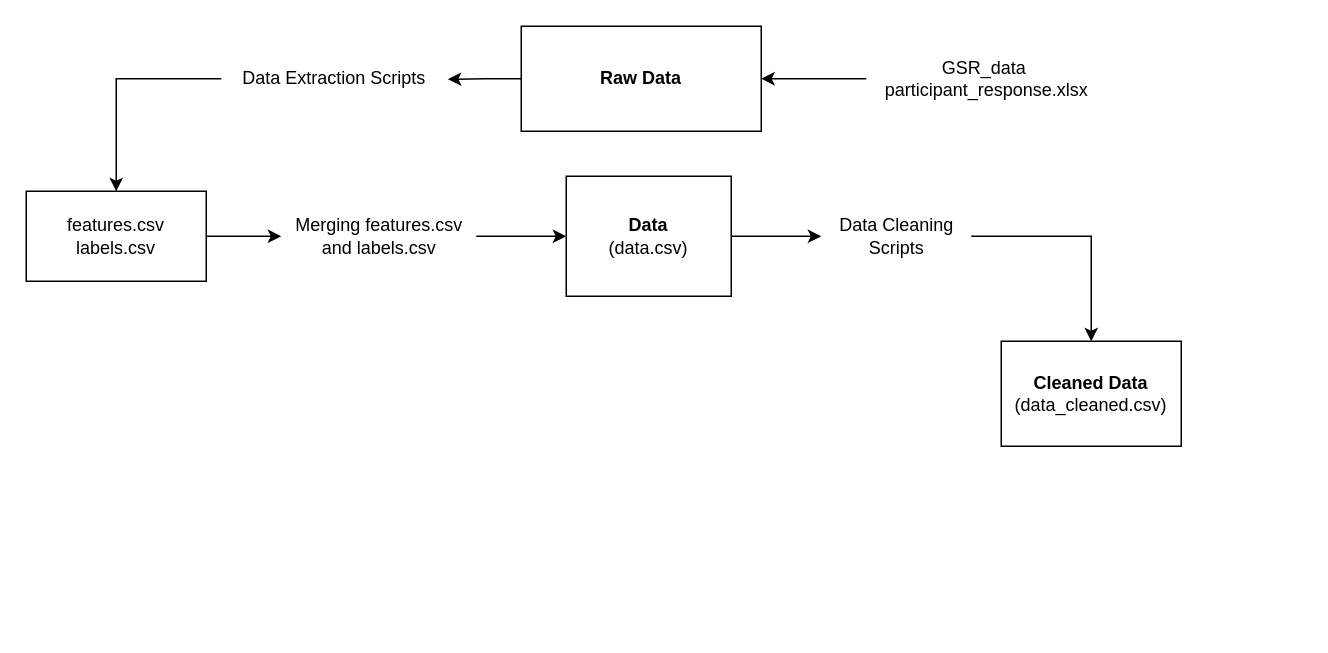
vickvey/Project-PPG keeps this draw.io diagram as ViewPipeline/pipeline.drawio. Above is the earlier version. Source tidied: cells renumbered, new cells numbered last; positions are measured from the earlier drawing's top-left corner, leaving out a move shared by most shapes. Both pictures are drawn from the tidied source at 150%, with x=0, y=0 at pixel (26, 26).
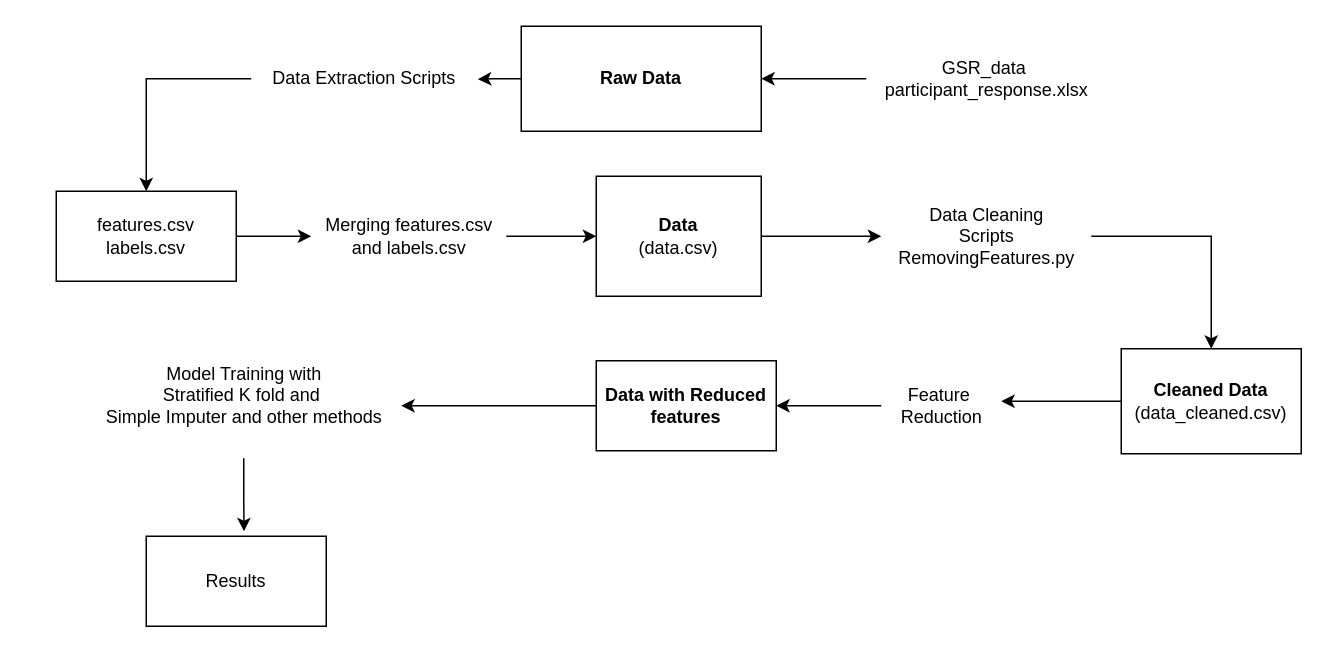
Above is the later version.

Diff of the diagram source:
```diff
@@
     <mxCell id="5" value="Data Extraction Scripts" style="text;html=1;align=center;verticalAlign=middle;points=[];strokeColor=none;fillColor=none;" parent="1" vertex="1">
-      <mxGeometry x="130" y="20" width="150" height="30" as="geometry" />
+      <mxGeometry x="150" y="20" width="150" height="30" as="geometry" />
     </mxCell>
@@
     <mxCell id="7" value="Merging features.csv&lt;div&gt;&amp;nbsp;and&amp;nbsp;&lt;span style=&quot;background-color: initial;&quot;&gt;labels.csv&amp;nbsp;&lt;/span&gt;&lt;/div&gt;" style="text;html=1;align=center;verticalAlign=middle;points=[];strokeColor=none;fillColor=none;" parent="1" vertex="1">
-      <mxGeometry x="170" y="120" width="130" height="40" as="geometry" />
+      <mxGeometry x="190" y="120" width="130" height="40" as="geometry" />
     </mxCell>
@@
     <mxCell id="11" value="features.csv&lt;div&gt;labels.csv&lt;/div&gt;" style="whiteSpace=wrap;html=1;" parent="1" vertex="1">
-      <mxGeometry y="110" width="120" height="60" as="geometry" />
+      <mxGeometry x="20" y="110" width="120" height="60" as="geometry" />
     </mxCell>
@@
     <mxCell id="13" value="&lt;b&gt;Data&lt;/b&gt;&lt;div&gt;(data.csv)&lt;/div&gt;" style="html=1;whiteSpace=wrap;" parent="1" vertex="1">
-      <mxGeometry x="360" y="100" width="110" height="80" as="geometry" />
+      <mxGeometry x="380" y="100" width="110" height="80" as="geometry" />
     </mxCell>
@@
-    <mxCell id="15" value="Data Cleaning&lt;div&gt;Scripts&lt;/div&gt;" style="text;html=1;align=center;verticalAlign=middle;points=[];strokeColor=none;fillColor=none;" parent="1" vertex="1">
-      <mxGeometry x="530" y="120" width="100" height="40" as="geometry" />
+    <mxCell id="15" value="Data Cleaning&lt;div&gt;Scripts&lt;/div&gt;&lt;div&gt;RemovingFeatures.py&lt;/div&gt;" style="text;html=1;align=center;verticalAlign=middle;points=[];strokeColor=none;fillColor=none;" parent="1" vertex="1">
+      <mxGeometry x="570" y="110" width="140" height="60" as="geometry" />
     </mxCell>
+    <mxCell id="17" style="edgeStyle=orthogonalEdgeStyle;rounded=0;jettySize=auto;html=1;" parent="1" edge="1" source="16">
+      <mxGeometry relative="1" as="geometry">
+        <mxPoint x="650" y="250" as="targetPoint" />
+      </mxGeometry>
+    </mxCell>
     <mxCell id="16" value="&lt;b&gt;Cleaned Data&lt;/b&gt;&lt;div&gt;(data_cleaned.csv)&lt;/div&gt;" style="whiteSpace=wrap;html=1;" parent="1" vertex="1">
-      <mxGeometry x="650" y="210" width="120" height="70" as="geometry" />
+      <mxGeometry x="730" y="215" width="120" height="70" as="geometry" />
     </mxCell>
+    <mxCell id="18" style="edgeStyle=orthogonalEdgeStyle;rounded=0;jettySize=auto;html=1;entryX=1;entryY=0.5;entryDx=0;entryDy=0;" parent="1" edge="1" source="19" target="21">
+      <mxGeometry relative="1" as="geometry" />
+    </mxCell>
+    <mxCell id="19" value="Feature&amp;nbsp;&lt;div&gt;Reduction&lt;/div&gt;" style="text;html=1;align=center;verticalAlign=middle;points=[];strokeColor=none;fillColor=none;" parent="1" vertex="1">
+      <mxGeometry x="570" y="233" width="80" height="40" as="geometry" />
+    </mxCell>
+    <mxCell id="20" style="edgeStyle=orthogonalEdgeStyle;rounded=0;jettySize=auto;html=1;" parent="1" edge="1" source="21" target="23">
+      <mxGeometry relative="1" as="geometry" />
+    </mxCell>
+    <mxCell id="21" value="&lt;b&gt;Data with Reduced features&lt;/b&gt;" style="whiteSpace=wrap;html=1;" parent="1" vertex="1">
+      <mxGeometry x="380" y="223" width="120" height="60" as="geometry" />
+    </mxCell>
+    <mxCell id="22" style="edgeStyle=orthogonalEdgeStyle;rounded=0;jettySize=auto;html=1;entryX=0.543;entryY=-0.055;entryDx=0;entryDy=0;entryPerimeter=0;" parent="1" edge="1" source="23" target="24">
+      <mxGeometry relative="1" as="geometry" />
+    </mxCell>
+    <mxCell id="23" value="Model Training with&lt;div&gt;Stratified K fold and&amp;nbsp;&lt;/div&gt;&lt;div&gt;Simple Imputer and other methods&lt;/div&gt;&lt;div&gt;&lt;br&gt;&lt;/div&gt;" style="text;html=1;align=center;verticalAlign=middle;points=[];strokeColor=none;fillColor=none;" parent="1" vertex="1">
+      <mxGeometry x="40" y="218" width="210" height="70" as="geometry" />
+    </mxCell>
+    <mxCell id="24" value="Results" style="whiteSpace=wrap;html=1;" parent="1" vertex="1">
+      <mxGeometry x="80" y="340" width="120" height="60" as="geometry" />
+    </mxCell>
```
